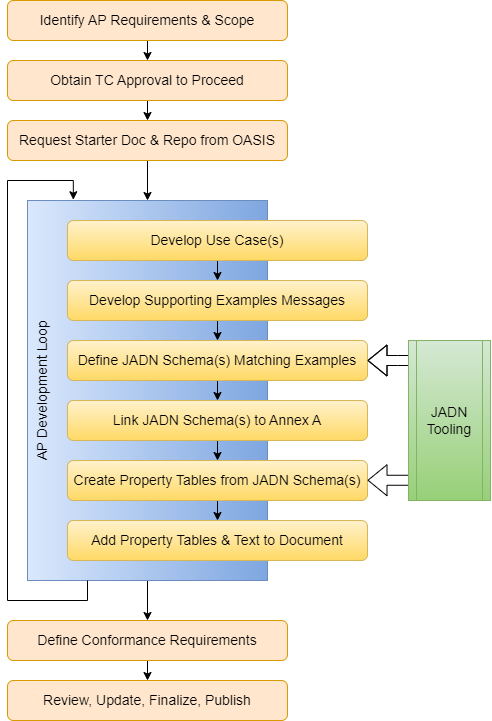
The draw.io diagram images/CN-AP-Dev-Overview.drawio.png in oasis-tcs/openc2-cn-apdev, before a commit. Source tidied: cells renumbered, new cells last; positions are measured from the earlier drawing's top-left corner, leaving out a move shared by most shapes. Source of this version:
```xml
<mxGraphModel background="#ffffff">
  <root>
    <mxCell id="0" />
    <mxCell id="1" parent="0" />
    <mxCell id="2" style="edgeStyle=orthogonalEdgeStyle;rounded=0;jettySize=auto;html=1;exitX=0.5;exitY=1;exitDx=0;exitDy=0;entryX=0.5;entryY=0;entryDx=0;entryDy=0;fontFamily=Helvetica;fontSize=14;fontColor=default;" parent="1" edge="1" source="3" target="23">
      <mxGeometry relative="1" as="geometry" />
    </mxCell>
    <mxCell id="3" value="AP Development Loop" style="rounded=0;whiteSpace=wrap;html=1;strokeColor=#6c8ebf;fontFamily=Helvetica;fontSize=14;fillColor=#dae8fc;gradientColor=#7ea6e0;gradientDirection=east;align=center;verticalAlign=top;horizontal=0;" parent="1" vertex="1">
      <mxGeometry x="20" y="200" width="240" height="380" as="geometry" />
    </mxCell>
    <mxCell id="4" style="edgeStyle=orthogonalEdgeStyle;rounded=0;jettySize=auto;html=1;exitX=0.5;exitY=1;exitDx=0;exitDy=0;entryX=0.5;entryY=0;entryDx=0;entryDy=0;" parent="1" edge="1" source="5" target="7">
      <mxGeometry relative="1" as="geometry" />
    </mxCell>
    <mxCell id="5" value="Identify AP Requirements &amp;amp; Scope" style="rounded=1;whiteSpace=wrap;html=1;fontSize=14;fillColor=#ffe6cc;strokeColor=#d79b00;" parent="1" vertex="1">
      <mxGeometry width="280" height="40" as="geometry" />
    </mxCell>
    <mxCell id="6" style="edgeStyle=orthogonalEdgeStyle;rounded=0;jettySize=auto;html=1;exitX=0.5;exitY=1;exitDx=0;exitDy=0;entryX=0.5;entryY=0;entryDx=0;entryDy=0;" parent="1" edge="1" source="7" target="9">
      <mxGeometry relative="1" as="geometry" />
    </mxCell>
    <mxCell id="7" value="Obtain TC Approval to Proceed" style="rounded=1;whiteSpace=wrap;html=1;fontSize=14;fillColor=#ffe6cc;strokeColor=#d79b00;" parent="1" vertex="1">
      <mxGeometry y="60" width="280" height="40" as="geometry" />
    </mxCell>
    <mxCell id="8" style="edgeStyle=orthogonalEdgeStyle;rounded=0;jettySize=auto;html=1;exitX=0.5;exitY=1;exitDx=0;exitDy=0;entryX=0.5;entryY=0;entryDx=0;entryDy=0;fontFamily=Helvetica;fontSize=14;fontColor=default;" parent="1" edge="1" source="9" target="3">
      <mxGeometry relative="1" as="geometry" />
    </mxCell>
    <mxCell id="9" value="Request Starter Doc &amp;amp; Repo from OASIS" style="rounded=1;whiteSpace=wrap;html=1;fontSize=14;fillColor=#ffe6cc;strokeColor=#d79b00;" parent="1" vertex="1">
      <mxGeometry y="120" width="280" height="40" as="geometry" />
    </mxCell>
    <mxCell id="10" style="edgeStyle=orthogonalEdgeStyle;rounded=0;jettySize=auto;html=1;exitX=0.5;exitY=1;exitDx=0;exitDy=0;entryX=0.5;entryY=0;entryDx=0;entryDy=0;fontFamily=Helvetica;fontSize=14;fontColor=default;" parent="1" edge="1" source="11" target="13">
      <mxGeometry relative="1" as="geometry" />
    </mxCell>
    <mxCell id="11" value="Develop Use Case(s)" style="rounded=1;whiteSpace=wrap;html=1;fontSize=14;fillColor=#fff2cc;strokeColor=#d6b656;gradientColor=#ffd966;" parent="1" vertex="1">
      <mxGeometry x="60" y="220" width="300" height="40" as="geometry" />
    </mxCell>
    <mxCell id="12" style="edgeStyle=orthogonalEdgeStyle;rounded=0;jettySize=auto;html=1;exitX=0.5;exitY=1;exitDx=0;exitDy=0;entryX=0.5;entryY=0;entryDx=0;entryDy=0;fontFamily=Helvetica;fontSize=14;fontColor=default;" parent="1" edge="1" source="13" target="15">
      <mxGeometry relative="1" as="geometry" />
    </mxCell>
    <mxCell id="13" value="Develop Supporting Examples Messages" style="rounded=1;whiteSpace=wrap;html=1;fontSize=14;fillColor=#fff2cc;strokeColor=#d6b656;gradientColor=#ffd966;" parent="1" vertex="1">
      <mxGeometry x="60" y="280" width="300" height="40" as="geometry" />
    </mxCell>
    <mxCell id="14" style="edgeStyle=orthogonalEdgeStyle;rounded=0;jettySize=auto;html=1;exitX=0.5;exitY=1;exitDx=0;exitDy=0;entryX=0.5;entryY=0;entryDx=0;entryDy=0;fontFamily=Helvetica;fontSize=14;fontColor=default;" parent="1" edge="1" source="15" target="17">
      <mxGeometry relative="1" as="geometry" />
    </mxCell>
    <mxCell id="15" value="Define JADN Schema(s) Matching Examples" style="rounded=1;whiteSpace=wrap;html=1;fontSize=14;fillColor=#fff2cc;strokeColor=#d6b656;gradientColor=#ffd966;" parent="1" vertex="1">
      <mxGeometry x="60" y="340" width="300" height="40" as="geometry" />
    </mxCell>
    <mxCell id="16" style="edgeStyle=orthogonalEdgeStyle;rounded=0;jettySize=auto;html=1;exitX=0.5;exitY=1;exitDx=0;exitDy=0;entryX=0.5;entryY=0;entryDx=0;entryDy=0;fontFamily=Helvetica;fontSize=14;fontColor=default;" parent="1" edge="1" source="17" target="19">
      <mxGeometry relative="1" as="geometry" />
    </mxCell>
    <mxCell id="17" value="Link JADN Schema(s) to Annex A" style="rounded=1;whiteSpace=wrap;html=1;fontSize=14;fillColor=#fff2cc;strokeColor=#d6b656;gradientColor=#ffd966;" parent="1" vertex="1">
      <mxGeometry x="60" y="400" width="300" height="40" as="geometry" />
    </mxCell>
    <mxCell id="18" style="edgeStyle=orthogonalEdgeStyle;rounded=0;jettySize=auto;html=1;exitX=0.5;exitY=1;exitDx=0;exitDy=0;entryX=0.5;entryY=0;entryDx=0;entryDy=0;fontFamily=Helvetica;fontSize=14;fontColor=default;" parent="1" edge="1" source="19" target="20">
      <mxGeometry relative="1" as="geometry" />
    </mxCell>
    <mxCell id="19" value="Create Property Tables from JADN Schema(s)" style="rounded=1;whiteSpace=wrap;html=1;fontSize=14;fillColor=#fff2cc;strokeColor=#d6b656;gradientColor=#ffd966;" parent="1" vertex="1">
      <mxGeometry x="60" y="460" width="300" height="40" as="geometry" />
    </mxCell>
    <mxCell id="20" value="Add Property Tables &amp;amp; Text to Document" style="rounded=1;whiteSpace=wrap;html=1;fontSize=14;fillColor=#fff2cc;strokeColor=#d6b656;gradientColor=#ffd966;" parent="1" vertex="1">
      <mxGeometry x="60" y="520" width="300" height="40" as="geometry" />
    </mxCell>
    <mxCell id="21" style="edgeStyle=orthogonalEdgeStyle;rounded=0;orthogonalLoop=1;jettySize=auto;html=1;exitX=0.25;exitY=1;exitDx=0;exitDy=0;entryX=0.191;entryY=-0.002;entryDx=0;entryDy=0;entryPerimeter=0;fontFamily=Helvetica;fontSize=14;fontColor=default;" parent="1" edge="1" source="3" target="3">
      <mxGeometry relative="1" as="geometry">
        <Array as="points">
          <mxPoint x="80" y="600" />
          <mxPoint y="600" />
          <mxPoint y="180" />
          <mxPoint x="66" y="180" />
        </Array>
      </mxGeometry>
    </mxCell>
    <mxCell id="22" style="edgeStyle=orthogonalEdgeStyle;rounded=0;jettySize=auto;html=1;exitX=0.5;exitY=1;exitDx=0;exitDy=0;entryX=0.5;entryY=0;entryDx=0;entryDy=0;fontFamily=Helvetica;fontSize=14;fontColor=default;" parent="1" edge="1" source="23" target="24">
      <mxGeometry relative="1" as="geometry" />
    </mxCell>
    <mxCell id="23" value="Define Conformance Requirements" style="rounded=1;whiteSpace=wrap;html=1;fontSize=14;fillColor=#ffe6cc;strokeColor=#d79b00;" parent="1" vertex="1">
      <mxGeometry y="620" width="280" height="40" as="geometry" />
    </mxCell>
    <mxCell id="24" value="Review, Update, Finalize, Publish" style="rounded=1;whiteSpace=wrap;html=1;fontSize=14;fillColor=#ffe6cc;strokeColor=#d79b00;" parent="1" vertex="1">
      <mxGeometry y="680" width="280" height="40" as="geometry" />
    </mxCell>
    <mxCell id="25" style="shape=flexArrow;endArrow=classic;html=1;rounded=0;entryX=1;entryY=0.5;entryDx=0;entryDy=0;" parent="1" edge="1" target="15">
      <mxGeometry relative="1" as="geometry">
        <mxPoint x="410" y="360" as="sourcePoint" />
        <Array as="points">
          <mxPoint x="390" y="360" />
        </Array>
      </mxGeometry>
    </mxCell>
    <mxCell id="26" style="shape=flexArrow;endArrow=classic;html=1;rounded=0;entryX=1;entryY=0.5;entryDx=0;entryDy=0;" parent="1" edge="1">
      <mxGeometry relative="1" as="geometry">
        <mxPoint x="410" y="479.8" as="sourcePoint" />
        <mxPoint x="360" y="479.8" as="targetPoint" />
      </mxGeometry>
    </mxCell>
    <mxCell id="27" value="JADN&lt;br style=&quot;font-size: 14px;&quot;&gt;Tooling" style="shape=process;whiteSpace=wrap;html=1;backgroundOutline=1;fontSize=14;fillColor=#d5e8d4;gradientColor=#97d077;strokeColor=#82b366;" parent="1" vertex="1">
      <mxGeometry x="401" y="340" width="82" height="160" as="geometry" />
    </mxCell>
  </root>
</mxGraphModel>
```
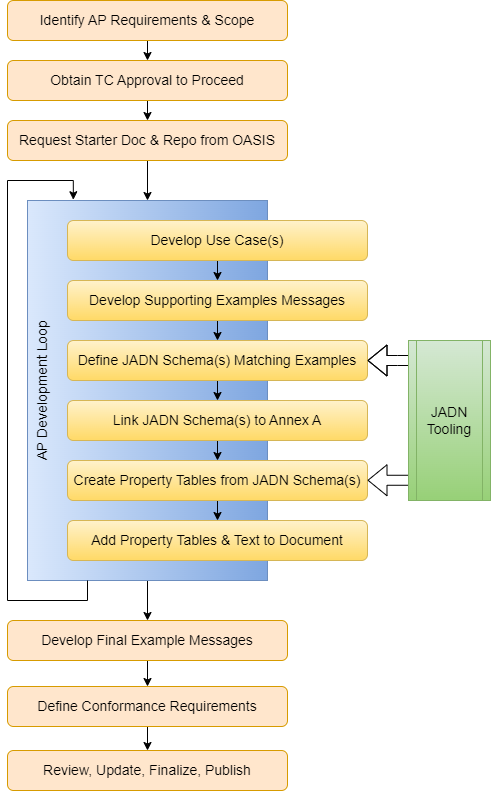
After the change.

Commit message:
Update development process figure

The edit, as a diff of the source:
```diff
@@ -2,7 +2,7 @@
   <root>
     <mxCell id="0" />
     <mxCell id="1" parent="0" />
-    <mxCell id="2" style="edgeStyle=orthogonalEdgeStyle;rounded=0;jettySize=auto;html=1;exitX=0.5;exitY=1;exitDx=0;exitDy=0;entryX=0.5;entryY=0;entryDx=0;entryDy=0;fontFamily=Helvetica;fontSize=14;fontColor=default;" parent="1" edge="1" source="3" target="23">
+    <mxCell id="2" style="edgeStyle=orthogonalEdgeStyle;rounded=0;jettySize=auto;html=1;exitX=0.5;exitY=1;exitDx=0;exitDy=0;entryX=0.5;entryY=0;entryDx=0;entryDy=0;fontFamily=Helvetica;fontSize=14;fontColor=default;" parent="1" edge="1" source="3" target="29">
       <mxGeometry relative="1" as="geometry" />
     </mxCell>
     <mxCell id="3" value="AP Development Loop" style="rounded=0;whiteSpace=wrap;html=1;strokeColor=#6c8ebf;fontFamily=Helvetica;fontSize=14;fillColor=#dae8fc;gradientColor=#7ea6e0;gradientDirection=east;align=center;verticalAlign=top;horizontal=0;" parent="1" vertex="1">
@@ -73,10 +73,10 @@
       <mxGeometry relative="1" as="geometry" />
     </mxCell>
     <mxCell id="23" value="Define Conformance Requirements" style="rounded=1;whiteSpace=wrap;html=1;fontSize=14;fillColor=#ffe6cc;strokeColor=#d79b00;" parent="1" vertex="1">
-      <mxGeometry y="620" width="280" height="40" as="geometry" />
+      <mxGeometry y="686" width="280" height="40" as="geometry" />
     </mxCell>
     <mxCell id="24" value="Review, Update, Finalize, Publish" style="rounded=1;whiteSpace=wrap;html=1;fontSize=14;fillColor=#ffe6cc;strokeColor=#d79b00;" parent="1" vertex="1">
-      <mxGeometry y="680" width="280" height="40" as="geometry" />
+      <mxGeometry y="750" width="280" height="40" as="geometry" />
     </mxCell>
     <mxCell id="25" style="shape=flexArrow;endArrow=classic;html=1;rounded=0;entryX=1;entryY=0.5;entryDx=0;entryDy=0;" parent="1" edge="1" target="15">
       <mxGeometry relative="1" as="geometry">
@@ -95,5 +95,11 @@
     <mxCell id="27" value="JADN&lt;br style=&quot;font-size: 14px;&quot;&gt;Tooling" style="shape=process;whiteSpace=wrap;html=1;backgroundOutline=1;fontSize=14;fillColor=#d5e8d4;gradientColor=#97d077;strokeColor=#82b366;" parent="1" vertex="1">
       <mxGeometry x="401" y="340" width="82" height="160" as="geometry" />
     </mxCell>
+    <mxCell id="28" style="edgeStyle=orthogonalEdgeStyle;rounded=0;jettySize=auto;html=1;exitX=0.5;exitY=1;exitDx=0;exitDy=0;entryX=0.5;entryY=0;entryDx=0;entryDy=0;" parent="1" edge="1" source="29" target="23">
+      <mxGeometry relative="1" as="geometry" />
+    </mxCell>
+    <mxCell id="29" value="Develop Final Example Messages" style="rounded=1;whiteSpace=wrap;html=1;fontSize=14;fillColor=#ffe6cc;strokeColor=#d79b00;" parent="1" vertex="1">
+      <mxGeometry y="620" width="280" height="40" as="geometry" />
+    </mxCell>
   </root>
 </mxGraphModel>
```
